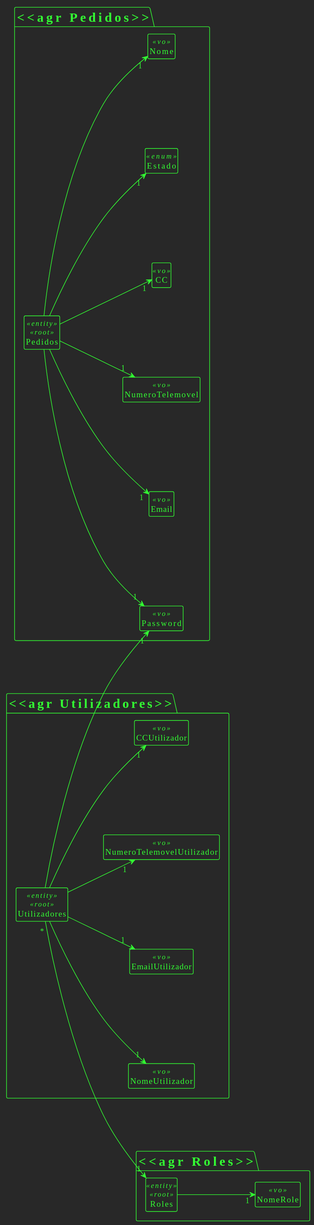
The PlantUML diagram authentication/DM.svg in SlimJesus25/SEM5_PI, before a commit.
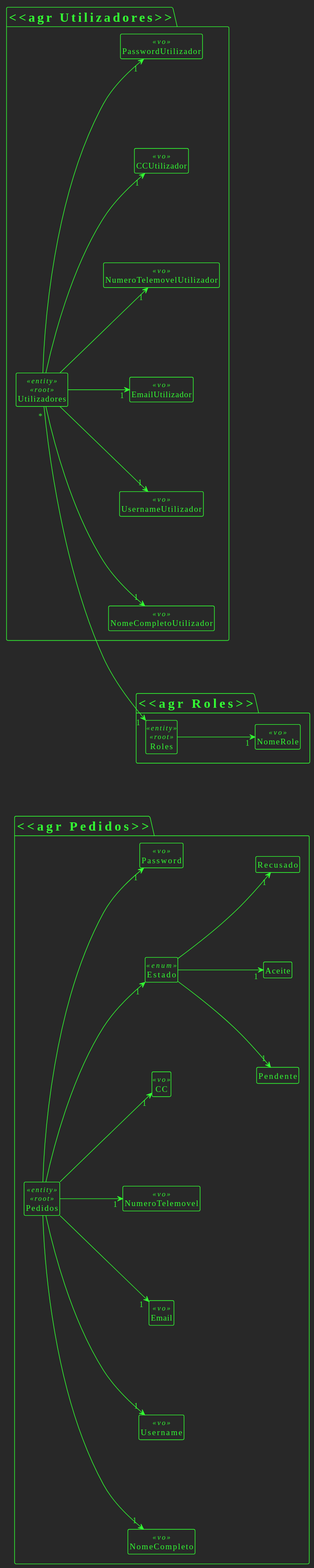
The same diagram one commit later.

Commit message:
Atualizar modelo dominio módulo A&A

Change to the diagram source:
```diff
@@ -9,35 +9,50 @@
 left to right direction
 
 package "<<agr Pedidos>>" {
-    class Pedidos<<entity>><<root>>{}
-    class Nome<<vo>>{}
-    class Email<<vo>>{}
-    class NumeroTelemovel<<vo>>{}
-    class CC<<vo>>{}
-    class Estado<<enum>>{}
-    class Password<<vo>>{}
+    class Pedidos <<entity>> <<root>> {}
 
-    Pedidos --> "1" Nome
+    class NomeCompleto <<vo>> {}
+    class Username <<vo>> {}
+    class Email <<vo>> {}
+    class NumeroTelemovel <<vo>> {}
+    class CC <<vo>> {}
+
+    enum Estado <<enum>> {
+    }
+
+    class Pendente {}
+    class Aceite {}
+    class Recusado{}
+
+    class Password <<vo>> {}
+
+    Pedidos --> "1" NomeCompleto
+    Pedidos --> "1" Username
     Pedidos --> "1" Email
     Pedidos --> "1" NumeroTelemovel
     Pedidos --> "1" CC
     Pedidos --> "1" Estado
+    Estado --> "1" Pendente
+    Estado --> "1" Aceite
+    Estado --> "1" Recusado
     Pedidos --> "1" Password
 }
 
 package "<<agr Utilizadores>>" {
     class Utilizadores<<entity>><<root>>{}
-    class NomeUtilizador<<vo>>{}
+    class NomeCompletoUtilizador<<vo>>{}
+    class UsernameUtilizador<<vo>>{}
     class EmailUtilizador<<vo>>{}
     class NumeroTelemovelUtilizador<<vo>>{}
     class CCUtilizador<<vo>>{}
-    class Password<<vo>>{}
+    class PasswordUtilizador<<vo>>{}
 
-    Utilizadores --> "1" NomeUtilizador
+    Utilizadores --> "1" UsernameUtilizador
+    Utilizadores --> "1" NomeCompletoUtilizador
     Utilizadores --> "1" EmailUtilizador
     Utilizadores --> "1" NumeroTelemovelUtilizador
     Utilizadores --> "1" CCUtilizador
-    Utilizadores --> "1" Password
+    Utilizadores --> "1" PasswordUtilizador
 }
 
 package "<<agr Roles>>" {
```
